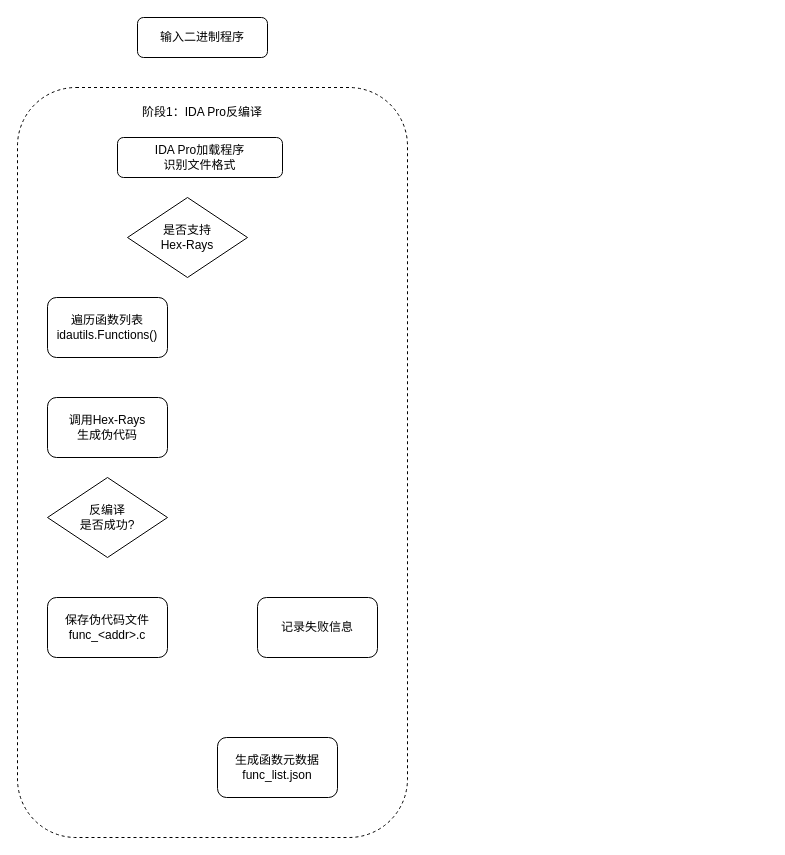
hourhl/Draw-io keeps this draw.io diagram as MindMap/反编译模块流程图.drawio. Above is the earlier version. Source tidied: cells renumbered, new cells numbered last; positions are measured from the earlier drawing's top-left corner, leaving out a move shared by most shapes. Both pictures are drawn from the tidied source at 100%, with x=0, y=0 at pixel (17, 17).
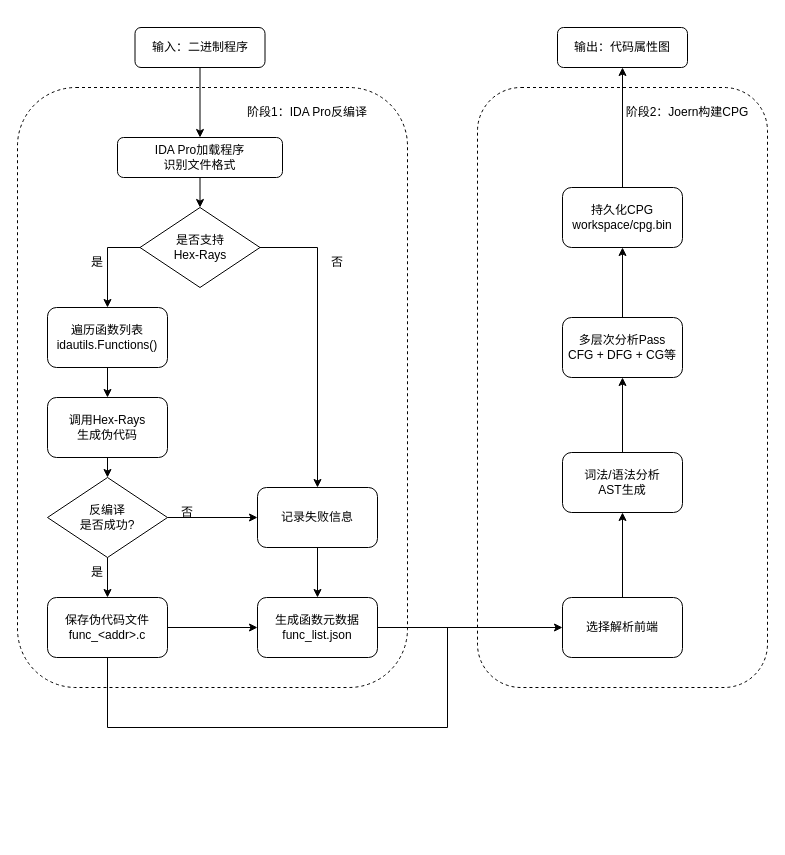
After the change.

Commit message (it also covers changes not shown here):
更新反编译模块流程图.drawio

The change refers to these unchanged cells:
```xml
<mxCell id="4" value="IDA Pro加载程序&lt;div&gt;识别文件格式&lt;/div&gt;" style="rounded=1;whiteSpace=wrap;html=1;" parent="1" vertex="1">
  <mxGeometry x="100" y="120" width="165" height="40" as="geometry" />
</mxCell>
<mxCell id="8" value="调用Hex-Rays&lt;div&gt;生成伪代码&lt;/div&gt;" style="rounded=1;whiteSpace=wrap;html=1;" parent="1" vertex="1">
  <mxGeometry x="30" y="380" width="120" height="60" as="geometry" />
</mxCell>
<mxCell id="9" value="反编译&lt;div&gt;是否成功?&lt;/div&gt;" style="rhombus;whiteSpace=wrap;html=1;" parent="1" vertex="1">
  <mxGeometry x="30" y="460" width="120" height="80" as="geometry" />
</mxCell>
<mxCell id="10" value="保存伪代码文件&lt;div&gt;func_&amp;lt;addr&amp;gt;.c&lt;/div&gt;" style="rounded=1;whiteSpace=wrap;html=1;" parent="1" vertex="1">
  <mxGeometry x="30" y="580" width="120" height="60" as="geometry" />
</mxCell>
```

What changed in the source:
```diff
@@
-    <mxCell id="2" value="输入二进制程序" style="rounded=1;whiteSpace=wrap;html=1;" parent="1" vertex="1">
-      <mxGeometry x="120" width="130" height="40" as="geometry" />
+    <mxCell id="2" value="输入：二进制程序" style="rounded=1;whiteSpace=wrap;html=1;" parent="1" vertex="1">
+      <mxGeometry x="117.5" y="10" width="130" height="40" as="geometry" />
     </mxCell>
     <mxCell id="3" style="rounded=1;whiteSpace=wrap;html=1;dashed=1;" parent="1" vertex="1">
-      <mxGeometry y="70" width="390" height="750" as="geometry" />
+      <mxGeometry y="70" width="390" height="600" as="geometry" />
     </mxCell>
@@
     <mxCell id="5" value="阶段1：IDA Pro反编译" style="text;html=1;whiteSpace=wrap;strokeColor=none;fillColor=none;align=center;verticalAlign=middle;rounded=0;" parent="1" vertex="1">
-      <mxGeometry x="115" y="80" width="140" height="30" as="geometry" />
+      <mxGeometry x="220" y="80" width="140" height="30" as="geometry" />
     </mxCell>
     <mxCell id="6" value="是否支持&lt;div&gt;Hex-Rays&lt;/div&gt;" style="rhombus;whiteSpace=wrap;html=1;" parent="1" vertex="1">
-      <mxGeometry x="110" y="180" width="120" height="80" as="geometry" />
+      <mxGeometry x="122.5" y="190" width="120" height="80" as="geometry" />
     </mxCell>
     <mxCell id="7" value="遍历函数列表&lt;div&gt;idautils.Functions()&lt;/div&gt;" style="rounded=1;whiteSpace=wrap;html=1;" parent="1" vertex="1">
-      <mxGeometry x="30" y="280" width="120" height="60" as="geometry" />
+      <mxGeometry x="30" y="290" width="120" height="60" as="geometry" />
     </mxCell>
@@
     <mxCell id="11" value="生成函数元数据func_list.json" style="rounded=1;whiteSpace=wrap;html=1;" parent="1" vertex="1">
-      <mxGeometry x="200" y="720" width="120" height="60" as="geometry" />
+      <mxGeometry x="240" y="580" width="120" height="60" as="geometry" />
     </mxCell>
     <mxCell id="12" value="记录失败信息" style="rounded=1;whiteSpace=wrap;html=1;" parent="1" vertex="1">
-      <mxGeometry x="240" y="580" width="120" height="60" as="geometry" />
+      <mxGeometry x="240" y="470" width="120" height="60" as="geometry" />
     </mxCell>
+    <mxCell id="13" style="endArrow=classic;html=1;rounded=0;exitX=0.5;exitY=1;exitDx=0;exitDy=0;" parent="1" edge="1" source="2" target="4">
+      <mxGeometry relative="1" as="geometry" />
+    </mxCell>
+    <mxCell id="14" style="endArrow=classic;html=1;rounded=0;exitX=0.5;exitY=1;exitDx=0;exitDy=0;entryX=0.5;entryY=0;entryDx=0;entryDy=0;" parent="1" edge="1" source="4" target="6">
+      <mxGeometry relative="1" as="geometry" />
+    </mxCell>
+    <mxCell id="15" style="endArrow=classic;html=1;rounded=0;exitX=0;exitY=0.5;exitDx=0;exitDy=0;entryX=0.5;entryY=0;entryDx=0;entryDy=0;" parent="1" edge="1" source="6" target="7">
+      <mxGeometry relative="1" as="geometry">
+        <Array as="points">
+          <mxPoint x="90" y="230" />
+        </Array>
+      </mxGeometry>
+    </mxCell>
+    <mxCell id="16" style="endArrow=classic;html=1;rounded=0;exitX=0.5;exitY=1;exitDx=0;exitDy=0;" parent="1" edge="1" source="7" target="8">
+      <mxGeometry relative="1" as="geometry" />
+    </mxCell>
+    <mxCell id="17" style="endArrow=classic;html=1;rounded=0;exitX=0.5;exitY=1;exitDx=0;exitDy=0;" parent="1" edge="1" source="8" target="9">
+      <mxGeometry relative="1" as="geometry" />
+    </mxCell>
+    <mxCell id="18" value="是" style="text;html=1;whiteSpace=wrap;strokeColor=none;fillColor=none;align=center;verticalAlign=middle;rounded=0;" parent="1" vertex="1">
+      <mxGeometry x="50" y="230" width="60" height="30" as="geometry" />
+    </mxCell>
+    <mxCell id="19" style="endArrow=classic;html=1;rounded=0;exitX=0.5;exitY=1;exitDx=0;exitDy=0;" parent="1" edge="1" source="9" target="10">
+      <mxGeometry relative="1" as="geometry" />
+    </mxCell>
+    <mxCell id="20" style="endArrow=classic;html=1;rounded=0;exitX=1;exitY=0.5;exitDx=0;exitDy=0;entryX=0.5;entryY=0;entryDx=0;entryDy=0;" parent="1" edge="1" source="6" target="12">
+      <mxGeometry relative="1" as="geometry">
+        <Array as="points">
+          <mxPoint x="300" y="230" />
+        </Array>
+      </mxGeometry>
+    </mxCell>
+    <mxCell id="21" style="endArrow=classic;html=1;rounded=0;exitX=1;exitY=0.5;exitDx=0;exitDy=0;" parent="1" edge="1" source="9" target="12">
+      <mxGeometry relative="1" as="geometry" />
+    </mxCell>
+    <mxCell id="22" style="endArrow=classic;html=1;rounded=0;exitX=1;exitY=0.5;exitDx=0;exitDy=0;entryX=0;entryY=0.5;entryDx=0;entryDy=0;" parent="1" edge="1" source="10" target="11">
+      <mxGeometry relative="1" as="geometry" />
+    </mxCell>
+    <mxCell id="23" style="endArrow=classic;html=1;rounded=0;exitX=0.5;exitY=1;exitDx=0;exitDy=0;entryX=0.5;entryY=0;entryDx=0;entryDy=0;" parent="1" edge="1" source="12" target="11">
+      <mxGeometry relative="1" as="geometry" />
+    </mxCell>
+    <mxCell id="24" value="否" style="text;html=1;whiteSpace=wrap;strokeColor=none;fillColor=none;align=center;verticalAlign=middle;rounded=0;" parent="1" vertex="1">
+      <mxGeometry x="290" y="230" width="60" height="30" as="geometry" />
+    </mxCell>
+    <mxCell id="25" value="否" style="text;html=1;whiteSpace=wrap;strokeColor=none;fillColor=none;align=center;verticalAlign=middle;rounded=0;" parent="1" vertex="1">
+      <mxGeometry x="140" y="480" width="60" height="30" as="geometry" />
+    </mxCell>
+    <mxCell id="26" value="是" style="text;html=1;whiteSpace=wrap;strokeColor=none;fillColor=none;align=center;verticalAlign=middle;rounded=0;" parent="1" vertex="1">
+      <mxGeometry x="50" y="540" width="60" height="30" as="geometry" />
+    </mxCell>
+    <mxCell id="27" style="rounded=1;whiteSpace=wrap;html=1;dashed=1;" parent="1" vertex="1">
+      <mxGeometry x="460" y="70" width="290" height="600" as="geometry" />
+    </mxCell>
+    <mxCell id="28" value="阶段2：Joern构建CPG" style="text;html=1;whiteSpace=wrap;strokeColor=none;fillColor=none;align=center;verticalAlign=middle;rounded=0;" parent="1" vertex="1">
+      <mxGeometry x="600" y="80" width="140" height="30" as="geometry" />
+    </mxCell>
+    <mxCell id="29" value="选择解析前端" style="rounded=1;whiteSpace=wrap;html=1;" parent="1" vertex="1">
+      <mxGeometry x="545" y="580" width="120" height="60" as="geometry" />
+    </mxCell>
+    <mxCell id="30" style="endArrow=classic;html=1;rounded=0;exitX=1;exitY=0.5;exitDx=0;exitDy=0;entryX=0;entryY=0.5;entryDx=0;entryDy=0;" parent="1" edge="1" source="11" target="29">
+      <mxGeometry relative="1" as="geometry" />
+    </mxCell>
+    <mxCell id="31" style="endArrow=none;html=1;rounded=0;exitX=0.5;exitY=1;exitDx=0;exitDy=0;" parent="1" edge="1" source="10">
+      <mxGeometry relative="1" as="geometry">
+        <mxPoint x="430" y="610" as="targetPoint" />
+        <Array as="points">
+          <mxPoint x="90" y="710" />
+          <mxPoint x="430" y="710" />
+        </Array>
+      </mxGeometry>
+    </mxCell>
+    <mxCell id="32" value="词法/语法分析&lt;div&gt;AST生成&lt;/div&gt;" style="rounded=1;whiteSpace=wrap;html=1;" parent="1" vertex="1">
+      <mxGeometry x="545" y="435" width="120" height="60" as="geometry" />
+    </mxCell>
+    <mxCell id="33" value="多层次分析Pass&lt;div&gt;CFG + DFG + CG等&lt;/div&gt;" style="rounded=1;whiteSpace=wrap;html=1;" parent="1" vertex="1">
+      <mxGeometry x="545" y="300" width="120" height="60" as="geometry" />
+    </mxCell>
+    <mxCell id="34" value="持久化CPG&lt;div&gt;workspace/cpg.bin&lt;/div&gt;" style="rounded=1;whiteSpace=wrap;html=1;" parent="1" vertex="1">
+      <mxGeometry x="545" y="170" width="120" height="60" as="geometry" />
+    </mxCell>
+    <mxCell id="35" value="输出：代码属性图" style="rounded=1;whiteSpace=wrap;html=1;" parent="1" vertex="1">
+      <mxGeometry x="540" y="10" width="130" height="40" as="geometry" />
+    </mxCell>
+    <mxCell id="36" style="endArrow=classic;html=1;rounded=0;exitX=0.5;exitY=0;exitDx=0;exitDy=0;entryX=0.5;entryY=1;entryDx=0;entryDy=0;" parent="1" edge="1" source="29" target="32">
+      <mxGeometry relative="1" as="geometry" />
+    </mxCell>
+    <mxCell id="37" style="endArrow=classic;html=1;rounded=0;exitX=0.5;exitY=0;exitDx=0;exitDy=0;" parent="1" edge="1" source="32" target="33">
+      <mxGeometry relative="1" as="geometry" />
+    </mxCell>
+    <mxCell id="38" style="endArrow=classic;html=1;rounded=0;exitX=0.5;exitY=0;exitDx=0;exitDy=0;entryX=0.5;entryY=1;entryDx=0;entryDy=0;" parent="1" edge="1" source="33" target="34">
+      <mxGeometry relative="1" as="geometry" />
+    </mxCell>
+    <mxCell id="39" style="endArrow=classic;html=1;rounded=0;exitX=0.5;exitY=0;exitDx=0;exitDy=0;entryX=0.5;entryY=1;entryDx=0;entryDy=0;" parent="1" edge="1" source="34" target="35">
+      <mxGeometry relative="1" as="geometry" />
+    </mxCell>
```
